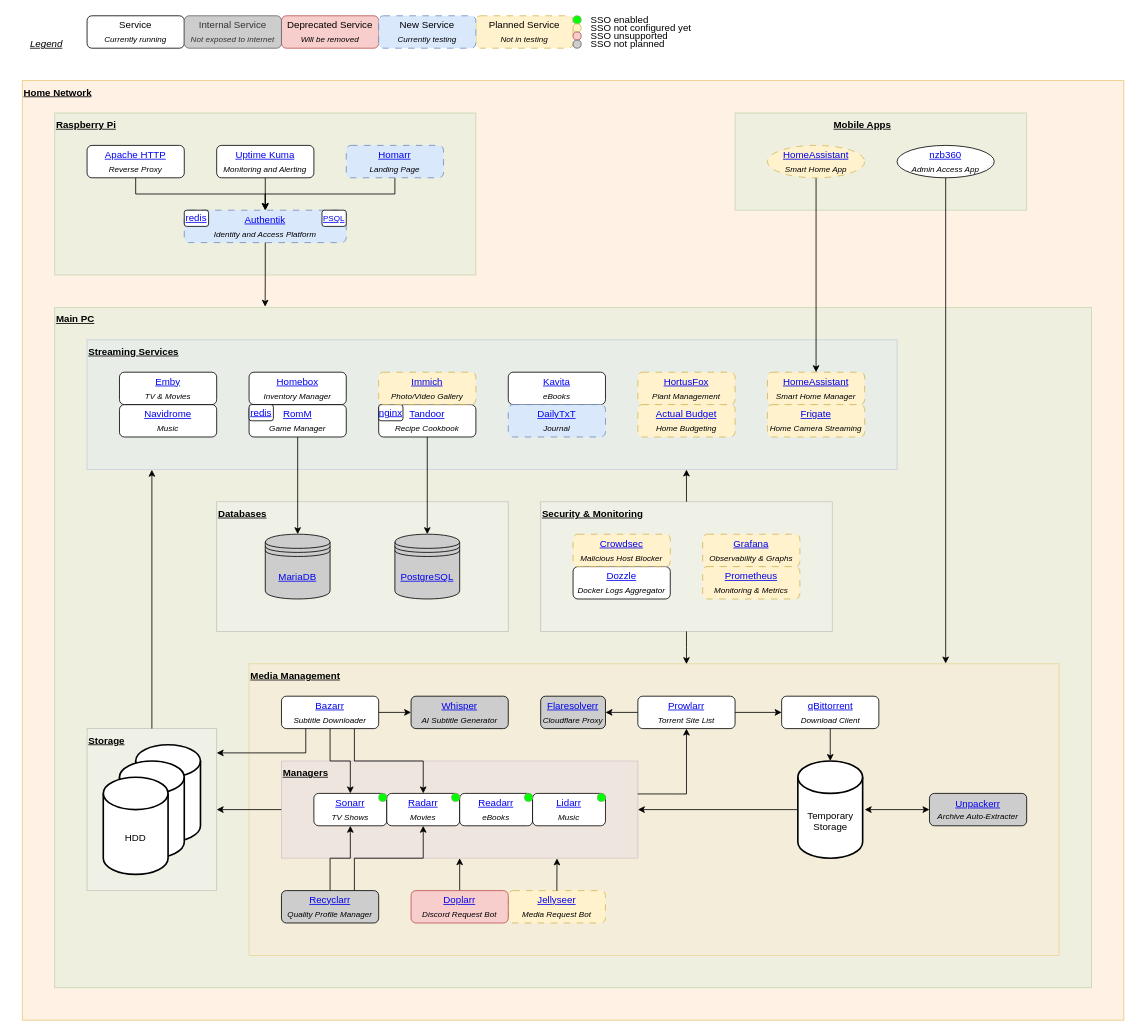
The draw.io diagram doc/home_theatre.drawio in zodac-personal/home_theatre, before the edit. Source tidied: cells renumbered, new cells numbered last; positions are measured from the earlier drawing's top-left corner, leaving out a move shared by most shapes. Both pictures are drawn from the tidied source at 81%, with x=0, y=0 at pixel (22, 15).
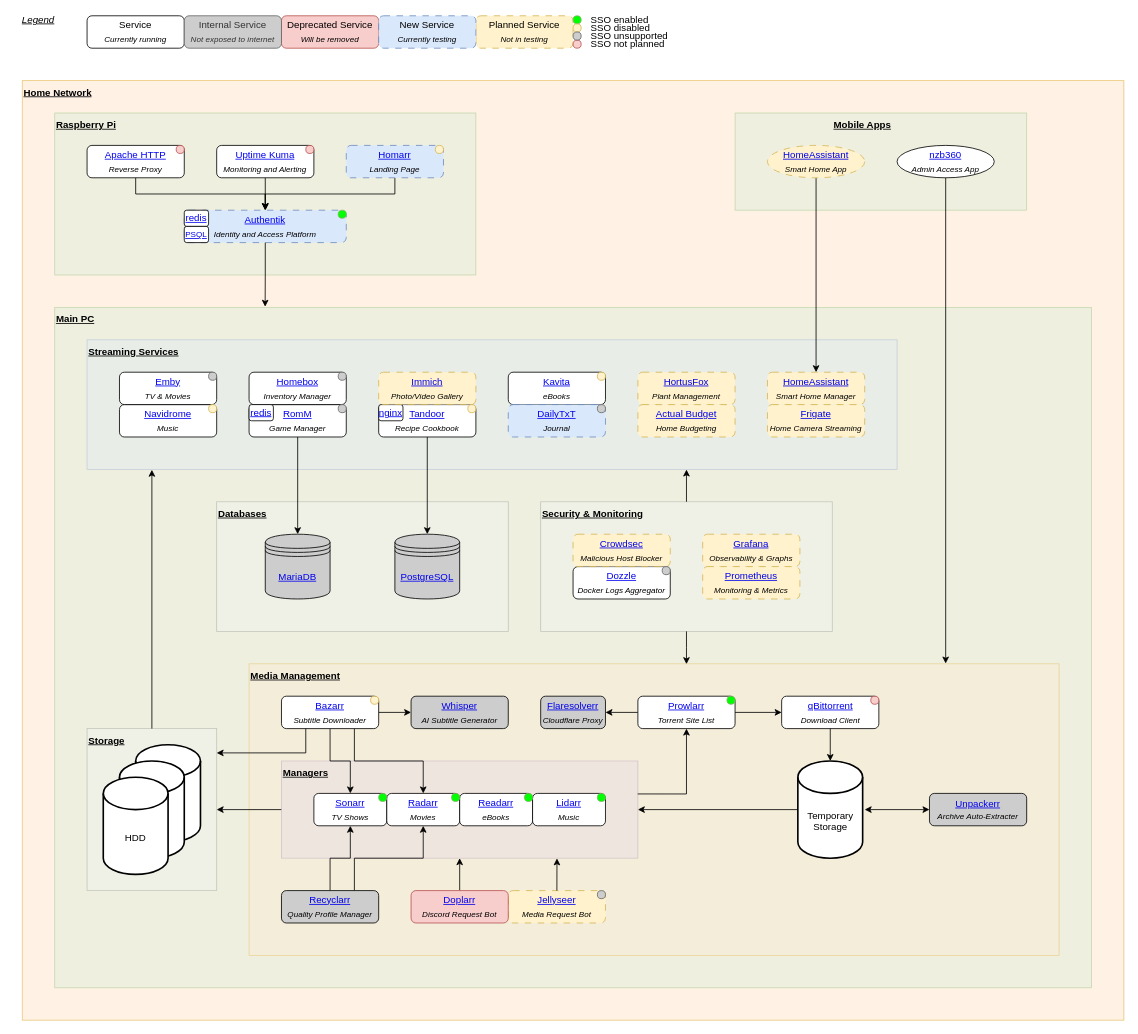
The same diagram, later.

What changed in the source:
```diff
@@
     <mxCell id="101" value="&lt;font style=&quot;font-size: 10px;&quot;&gt;&lt;a href=&quot;https://github.com/postgres/postgres&quot;&gt;PSQL&lt;/a&gt;&lt;/font&gt;" style="rounded=1;whiteSpace=wrap;html=1;" parent="1" vertex="1">
-      <mxGeometry x="370" y="240" width="30" height="20" as="geometry" />
+      <mxGeometry x="200" y="260" width="30" height="20" as="geometry" />
     </mxCell>
@@
     <mxCell id="104" style="ellipse;whiteSpace=wrap;html=1;fillColor=#f8cecc;strokeColor=#b85450;" parent="1" vertex="1">
-      <mxGeometry x="680" y="20" width="10" height="10" as="geometry" />
+      <mxGeometry x="680" y="30" width="10" height="10" as="geometry" />
     </mxCell>
     <mxCell id="105" style="ellipse;whiteSpace=wrap;html=1;fillColor=#cdcdcd;strokeColor=#666666;fontColor=#333333;" parent="1" vertex="1">
-      <mxGeometry x="680" y="30" width="10" height="10" as="geometry" />
+      <mxGeometry x="680" y="20" width="10" height="10" as="geometry" />
     </mxCell>
@@
-    <mxCell id="107" value="SSO not configured y&lt;span style=&quot;background-color: initial;&quot;&gt;et&lt;/span&gt;" style="text;html=1;align=left;verticalAlign=middle;whiteSpace=wrap;rounded=0;" parent="1" vertex="1">
+    <mxCell id="107" value="SSO disabled" style="text;html=1;align=left;verticalAlign=middle;whiteSpace=wrap;rounded=0;" parent="1" vertex="1">
       <mxGeometry x="700" y="10" width="140" height="10" as="geometry" />
     </mxCell>
@@
     <mxCell id="110" value="&lt;i&gt;&lt;u&gt;Legend&lt;/u&gt;&lt;/i&gt;" style="text;html=1;align=center;verticalAlign=middle;whiteSpace=wrap;rounded=0;" parent="1" vertex="1">
-      <mxGeometry y="30" width="60" height="10" as="geometry" />
+      <mxGeometry x="-10" width="60" height="10" as="geometry" />
     </mxCell>
+    <mxCell id="111" style="ellipse;whiteSpace=wrap;html=1;fillColor=#00ff00;strokeColor=#82b366;" parent="1" vertex="1">
+      <mxGeometry x="870" y="840" width="10" height="10" as="geometry" />
+    </mxCell>
+    <mxCell id="112" style="ellipse;whiteSpace=wrap;html=1;fillColor=#fff2cc;strokeColor=#d6b656;" parent="1" vertex="1">
+      <mxGeometry x="710" y="440" width="10" height="10" as="geometry" />
+    </mxCell>
+    <mxCell id="113" style="ellipse;whiteSpace=wrap;html=1;fillColor=#fff2cc;strokeColor=#d6b656;" parent="1" vertex="1">
+      <mxGeometry x="550" y="480" width="10" height="10" as="geometry" />
+    </mxCell>
+    <mxCell id="114" style="ellipse;whiteSpace=wrap;html=1;fillColor=#fff2cc;strokeColor=#d6b656;" parent="1" vertex="1">
+      <mxGeometry x="230" y="480" width="10" height="10" as="geometry" />
+    </mxCell>
+    <mxCell id="115" style="ellipse;whiteSpace=wrap;html=1;fillColor=#cdcdcd;strokeColor=#666666;fontColor=#333333;" parent="1" vertex="1">
+      <mxGeometry x="230" y="440" width="10" height="10" as="geometry" />
+    </mxCell>
+    <mxCell id="116" style="ellipse;whiteSpace=wrap;html=1;fillColor=#cdcdcd;strokeColor=#666666;fontColor=#333333;" parent="1" vertex="1">
+      <mxGeometry x="390" y="480" width="10" height="10" as="geometry" />
+    </mxCell>
+    <mxCell id="117" style="ellipse;whiteSpace=wrap;html=1;fillColor=#fff2cc;strokeColor=#d6b656;" parent="1" vertex="1">
+      <mxGeometry x="430" y="840" width="10" height="10" as="geometry" />
+    </mxCell>
+    <mxCell id="118" style="ellipse;whiteSpace=wrap;html=1;fillColor=#cdcdcd;strokeColor=#666666;fontColor=#333333;" parent="1" vertex="1">
+      <mxGeometry x="390" y="440" width="10" height="10" as="geometry" />
+    </mxCell>
+    <mxCell id="119" style="ellipse;whiteSpace=wrap;html=1;fillColor=#f8cecc;strokeColor=#b85450;" parent="1" vertex="1">
+      <mxGeometry x="1047.5" y="840" width="10" height="10" as="geometry" />
+    </mxCell>
+    <mxCell id="120" style="ellipse;whiteSpace=wrap;html=1;fillColor=#cdcdcd;strokeColor=#666666;fontColor=#333333;" parent="1" vertex="1">
+      <mxGeometry x="790" y="680" width="10" height="10" as="geometry" />
+    </mxCell>
+    <mxCell id="121" style="ellipse;whiteSpace=wrap;html=1;fillColor=#f8cecc;strokeColor=#b85450;" parent="1" vertex="1">
+      <mxGeometry x="350" y="160" width="10" height="10" as="geometry" />
+    </mxCell>
+    <mxCell id="122" style="ellipse;whiteSpace=wrap;html=1;fillColor=#fff2cc;strokeColor=#d6b656;" parent="1" vertex="1">
+      <mxGeometry x="510" y="160" width="10" height="10" as="geometry" />
+    </mxCell>
+    <mxCell id="123" style="ellipse;whiteSpace=wrap;html=1;fillColor=#f8cecc;strokeColor=#b85450;" parent="1" vertex="1">
+      <mxGeometry x="190" y="160" width="10" height="10" as="geometry" />
+    </mxCell>
+    <mxCell id="124" style="ellipse;whiteSpace=wrap;html=1;fillColor=#00ff00;strokeColor=#82b366;" parent="1" vertex="1">
+      <mxGeometry x="390" y="240" width="10" height="10" as="geometry" />
+    </mxCell>
+    <mxCell id="125" style="ellipse;whiteSpace=wrap;html=1;fillColor=#cdcdcd;strokeColor=#666666;fontColor=#333333;" parent="1" vertex="1">
+      <mxGeometry x="710" y="1080" width="10" height="10" as="geometry" />
+    </mxCell>
+    <mxCell id="126" style="ellipse;whiteSpace=wrap;html=1;fillColor=#cdcdcd;strokeColor=#666666;fontColor=#333333;" parent="1" vertex="1">
+      <mxGeometry x="710" y="480" width="10" height="10" as="geometry" />
+    </mxCell>
```
